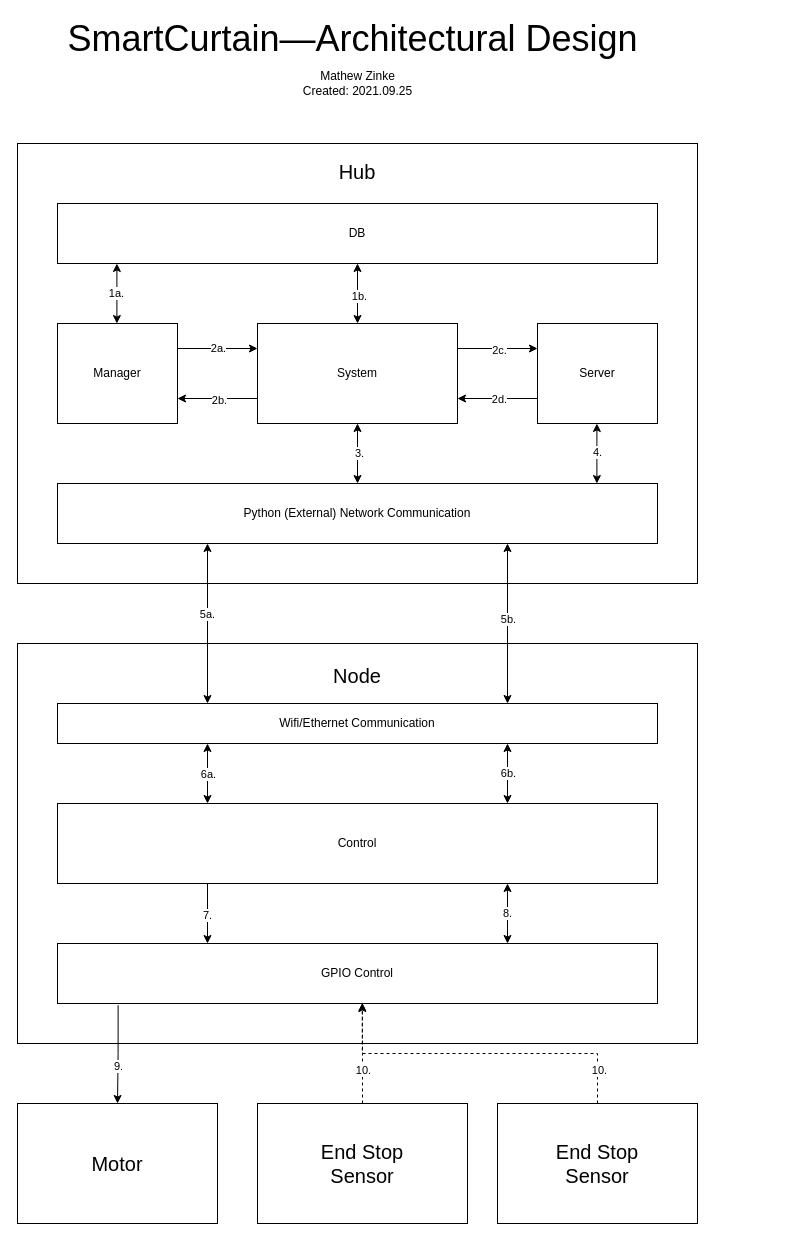
Before: Documentation/DrawIO/ADS.drawio in MPZinke/SmartCurtain, a draw.io diagram. Source tidied: cells renumbered, new cells numbered last; positions are measured from the earlier drawing's top-left corner, leaving out a move shared by most shapes. Both pictures are drawn from the tidied source at 100%, with x=0, y=0 at pixel (17, 23).
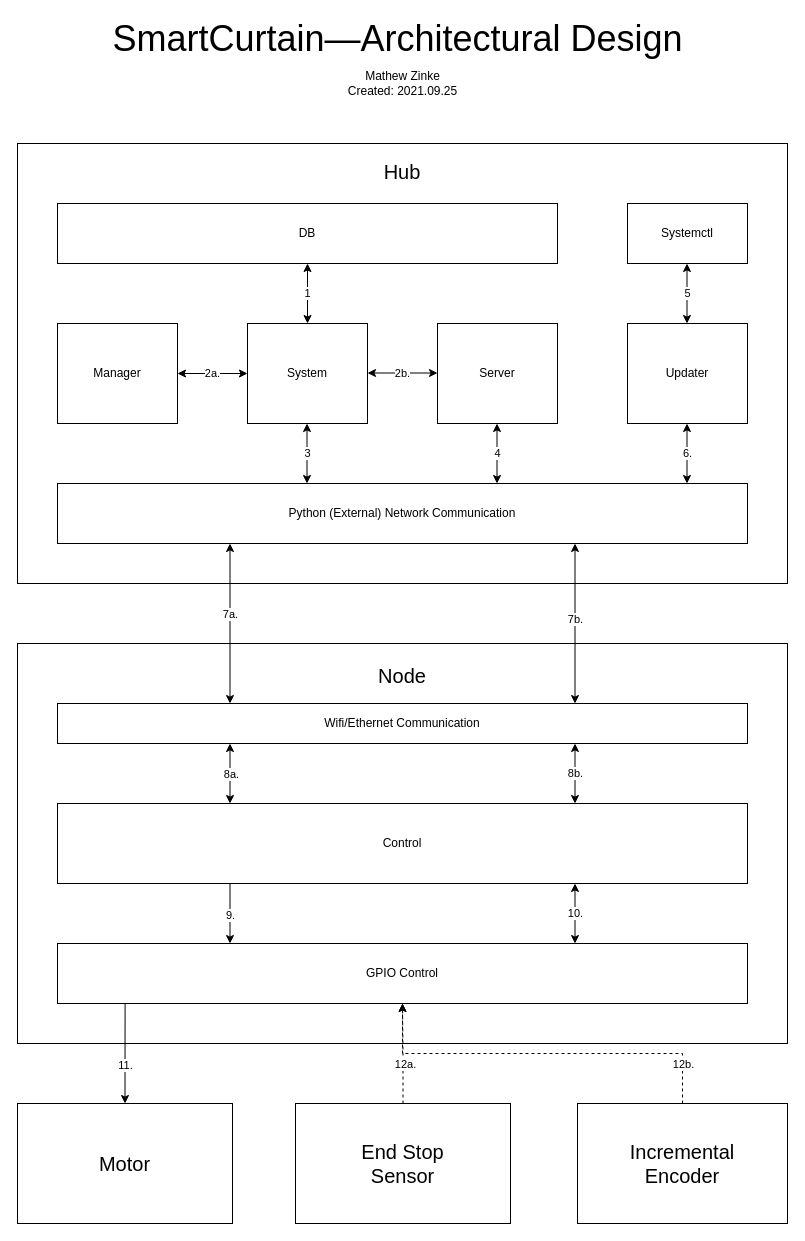
The same diagram, later.

The change refers to these unchanged cells:
```xml
<mxCell id="13" value="Manager" style="rounded=0;whiteSpace=wrap;html=1;" parent="1" vertex="1">
  <mxGeometry x="40" y="300" width="120" height="100" as="geometry" />
</mxCell>
<mxCell id="18" style="edgeStyle=orthogonalEdgeStyle;rounded=0;jettySize=auto;html=1;exitX=0.25;exitY=1;exitDx=0;exitDy=0;entryX=0.25;entryY=0;entryDx=0;entryDy=0;" parent="1" edge="1" source="20" target="21">
  <mxGeometry relative="1" as="geometry" />
</mxCell>
```

What changed in the source:
```diff
@@
     <mxCell id="2" value="&lt;font style=&quot;font-size: 20px&quot;&gt;Hub&lt;br&gt;&lt;br&gt;&lt;br&gt;&lt;br&gt;&lt;br&gt;&lt;br&gt;&lt;br&gt;&lt;br&gt;&lt;br&gt;&lt;br&gt;&lt;br&gt;&lt;br&gt;&lt;br&gt;&lt;br&gt;&lt;br&gt;&lt;br&gt;&lt;br&gt;&lt;/font&gt;" style="rounded=0;whiteSpace=wrap;html=1;" parent="1" vertex="1">
-      <mxGeometry y="120" width="680" height="440" as="geometry" />
+      <mxGeometry y="120" width="770" height="440" as="geometry" />
     </mxCell>
-    <mxCell id="3" style="edgeStyle=orthogonalEdgeStyle;rounded=0;jettySize=auto;html=1;exitX=0;exitY=0.75;exitDx=0;exitDy=0;entryX=1;entryY=0.75;entryDx=0;entryDy=0;" parent="1" edge="1" source="7" target="13">
-      <mxGeometry relative="1" as="geometry" />
-    </mxCell>
-    <mxCell id="4" value="2b." style="edgeLabel;html=1;align=center;verticalAlign=middle;" parent="3" vertex="1">
-      <mxGeometry x="-0.03" relative="1" as="geometry">
-        <mxPoint y="1" as="offset" />
-      </mxGeometry>
-    </mxCell>
-    <mxCell id="5" style="edgeStyle=orthogonalEdgeStyle;rounded=0;jettySize=auto;html=1;exitX=1;exitY=0.25;exitDx=0;exitDy=0;entryX=0;entryY=0.25;entryDx=0;entryDy=0;" parent="1" edge="1" source="7" target="10">
-      <mxGeometry relative="1" as="geometry" />
-    </mxCell>
-    <mxCell id="6" value="2c." style="edgeLabel;html=1;align=center;verticalAlign=middle;" parent="5" vertex="1">
-      <mxGeometry x="0.03" relative="1" as="geometry">
-        <mxPoint y="1" as="offset" />
-      </mxGeometry>
-    </mxCell>
     <mxCell id="7" value="System" style="rounded=0;whiteSpace=wrap;html=1;" parent="1" vertex="1">
-      <mxGeometry x="240" y="300" width="200" height="100" as="geometry" />
+      <mxGeometry x="230" y="300" width="120" height="100" as="geometry" />
     </mxCell>
-    <mxCell id="8" style="edgeStyle=orthogonalEdgeStyle;rounded=0;jettySize=auto;html=1;exitX=0;exitY=0.75;exitDx=0;exitDy=0;entryX=1;entryY=0.75;entryDx=0;entryDy=0;" parent="1" edge="1" source="10" target="7">
-      <mxGeometry relative="1" as="geometry" />
-    </mxCell>
-    <mxCell id="9" value="2d." style="edgeLabel;html=1;align=center;verticalAlign=middle;" parent="8" vertex="1">
-      <mxGeometry x="-0.03" relative="1" as="geometry" />
-    </mxCell>
     <mxCell id="10" value="Server" style="rounded=0;whiteSpace=wrap;html=1;" parent="1" vertex="1">
-      <mxGeometry x="520" y="300" width="120" height="100" as="geometry" />
+      <mxGeometry x="420" y="300" width="120" height="100" as="geometry" />
     </mxCell>
-    <mxCell id="11" style="edgeStyle=orthogonalEdgeStyle;rounded=0;jettySize=auto;html=1;exitX=1;exitY=0.25;exitDx=0;exitDy=0;entryX=0;entryY=0.25;entryDx=0;entryDy=0;" parent="1" edge="1" source="13" target="7">
-      <mxGeometry relative="1" as="geometry" />
-    </mxCell>
-    <mxCell id="12" value="2a." style="edgeLabel;html=1;align=center;verticalAlign=middle;" parent="11" vertex="1">
-      <mxGeometry x="0.01" y="1" relative="1" as="geometry" />
-    </mxCell>
@@
     <mxCell id="14" value="DB" style="rounded=0;whiteSpace=wrap;html=1;" parent="1" vertex="1">
-      <mxGeometry x="40" y="180" width="600" height="60" as="geometry" />
+      <mxGeometry x="40" y="180" width="500" height="60" as="geometry" />
     </mxCell>
     <mxCell id="15" value="Python (External) Network Communication" style="rounded=0;whiteSpace=wrap;html=1;" parent="1" vertex="1">
-      <mxGeometry x="40" y="460" width="600" height="60" as="geometry" />
+      <mxGeometry x="40" y="460" width="690" height="60" as="geometry" />
     </mxCell>
     <mxCell id="16" value="&lt;font style=&quot;font-size: 20px&quot;&gt;Node&lt;br&gt;&lt;br&gt;&lt;br&gt;&lt;br&gt;&lt;br&gt;&lt;br&gt;&lt;br&gt;&lt;br&gt;&lt;br&gt;&lt;br&gt;&lt;br&gt;&lt;br&gt;&lt;br&gt;&lt;br&gt;&lt;br&gt;&lt;/font&gt;" style="rounded=0;whiteSpace=wrap;html=1;" parent="1" vertex="1">
-      <mxGeometry y="620" width="680" height="400" as="geometry" />
+      <mxGeometry y="620" width="770" height="400" as="geometry" />
     </mxCell>
     <mxCell id="17" value="Wifi/Ethernet Communication" style="rounded=0;whiteSpace=wrap;html=1;" parent="1" vertex="1">
-      <mxGeometry x="40" y="680" width="600" height="40" as="geometry" />
+      <mxGeometry x="40" y="680" width="690" height="40" as="geometry" />
     </mxCell>
@@
-    <mxCell id="19" value="7." style="edgeLabel;html=1;align=center;verticalAlign=middle;" parent="18" vertex="1">
+    <mxCell id="19" value="9." style="edgeLabel;html=1;align=center;verticalAlign=middle;" parent="18" vertex="1">
       <mxGeometry x="0.02" relative="1" as="geometry" />
     </mxCell>
     <mxCell id="20" value="Control" style="rounded=0;whiteSpace=wrap;html=1;" parent="1" vertex="1">
-      <mxGeometry x="40" y="780" width="600" height="80" as="geometry" />
+      <mxGeometry x="40" y="780" width="690" height="80" as="geometry" />
     </mxCell>
     <mxCell id="21" value="GPIO Control" style="rounded=0;whiteSpace=wrap;html=1;" parent="1" vertex="1">
-      <mxGeometry x="40" y="920" width="600" height="60" as="geometry" />
+      <mxGeometry x="40" y="920" width="690" height="60" as="geometry" />
     </mxCell>
-    <mxCell id="22" style="edgeStyle=orthogonalEdgeStyle;rounded=0;jettySize=auto;html=1;exitX=0.101;exitY=1.028;exitDx=0;exitDy=0;exitPerimeter=0;" parent="1" edge="1" source="21">
+    <mxCell id="22" style="edgeStyle=orthogonalEdgeStyle;rounded=0;jettySize=auto;html=1;exitX=0.098;exitY=1.002;exitDx=0;exitDy=0;exitPerimeter=0;entryX=0.5;entryY=0;entryDx=0;entryDy=0;" parent="1" edge="1" source="21" target="24">
       <mxGeometry relative="1" as="geometry">
-        <mxPoint x="100" y="1080" as="targetPoint" />
+        <Array as="points">
+          <mxPoint x="108" y="982" />
+          <mxPoint x="107" y="982" />
+        </Array>
       </mxGeometry>
     </mxCell>
-    <mxCell id="23" value="9." style="edgeLabel;html=1;align=center;verticalAlign=middle;" parent="22" vertex="1">
+    <mxCell id="23" value="11." style="edgeLabel;html=1;align=center;verticalAlign=middle;" parent="22" vertex="1">
       <mxGeometry x="0.23" relative="1" as="geometry" />
     </mxCell>
     <mxCell id="24" value="&lt;font style=&quot;font-size: 20px&quot;&gt;Motor&lt;/font&gt;" style="rounded=0;whiteSpace=wrap;html=1;" parent="1" vertex="1">
-      <mxGeometry y="1080" width="200" height="120" as="geometry" />
+      <mxGeometry y="1080" width="215" height="120" as="geometry" />
     </mxCell>
-    <mxCell id="25" style="edgeStyle=orthogonalEdgeStyle;rounded=0;jettySize=auto;html=1;exitX=0.5;exitY=0;exitDx=0;exitDy=0;entryX=0.508;entryY=1;entryDx=0;entryDy=0;entryPerimeter=0;dashed=1;" parent="1" edge="1" source="27" target="21">
+    <mxCell id="25" style="edgeStyle=orthogonalEdgeStyle;rounded=0;jettySize=auto;html=1;exitX=0.5;exitY=0;exitDx=0;exitDy=0;entryX=0.5;entryY=1;entryDx=0;entryDy=0;dashed=1;" parent="1" edge="1" source="27" target="21">
       <mxGeometry relative="1" as="geometry" />
     </mxCell>
-    <mxCell id="26" value="10." style="edgeLabel;html=1;align=center;verticalAlign=middle;" parent="25" vertex="1">
-      <mxGeometry x="-0.33" relative="1" as="geometry" />
-    </mxCell>
+    <mxCell id="50" value="12a." style="edgeLabel;html=1;align=center;verticalAlign=middle;" parent="25" vertex="1">
+      <mxGeometry x="-0.2" y="-2" relative="1" as="geometry" />
+    </mxCell>
     <mxCell id="27" value="&lt;span style=&quot;font-size: 20px&quot;&gt;End Stop&lt;br&gt;Sensor&lt;br&gt;&lt;/span&gt;" style="rounded=0;whiteSpace=wrap;html=1;" parent="1" vertex="1">
-      <mxGeometry x="240" y="1080" width="210" height="120" as="geometry" />
+      <mxGeometry x="278" y="1080" width="215" height="120" as="geometry" />
     </mxCell>
-    <mxCell id="28" style="edgeStyle=orthogonalEdgeStyle;rounded=0;jettySize=auto;html=1;exitX=0.5;exitY=0;exitDx=0;exitDy=0;dashed=1;entryX=0.508;entryY=0.989;entryDx=0;entryDy=0;entryPerimeter=0;" parent="1" edge="1" source="30" target="21">
+    <mxCell id="28" style="edgeStyle=orthogonalEdgeStyle;rounded=0;jettySize=auto;html=1;exitX=0.5;exitY=0;exitDx=0;exitDy=0;dashed=1;" parent="1" edge="1" source="30" target="21">
       <mxGeometry relative="1" as="geometry" />
     </mxCell>
-    <mxCell id="29" value="10." style="edgeLabel;html=1;align=center;verticalAlign=middle;" parent="28" vertex="1">
-      <mxGeometry x="-0.8" y="-1" relative="1" as="geometry" />
-    </mxCell>
+    <mxCell id="51" value="12b." style="edgeLabel;html=1;align=center;verticalAlign=middle;" parent="28" vertex="1">
+      <mxGeometry x="-0.79" relative="1" as="geometry" />
+    </mxCell>
-    <mxCell id="30" value="&lt;span style=&quot;font-size: 20px&quot;&gt;End Stop&lt;br&gt;Sensor&lt;br&gt;&lt;/span&gt;" style="rounded=0;whiteSpace=wrap;html=1;" parent="1" vertex="1">
-      <mxGeometry x="480" y="1080" width="200" height="120" as="geometry" />
+    <mxCell id="30" value="&lt;span style=&quot;font-size: 20px&quot;&gt;Incremental &lt;br&gt;Encoder&lt;br&gt;&lt;/span&gt;" style="rounded=0;whiteSpace=wrap;html=1;" parent="1" vertex="1">
+      <mxGeometry x="560" y="1080" width="210" height="120" as="geometry" />
     </mxCell>
-    <mxCell id="31" style="endArrow=classic;startArrow=classic;html=1;exitX=0.5;exitY=1;exitDx=0;exitDy=0;entryX=0.5;entryY=0;entryDx=0;entryDy=0;" parent="1" edge="1" source="7" target="15">
-      <mxGeometry relative="1" as="geometry" />
-    </mxCell>
-    <mxCell id="32" value="3." style="edgeLabel;html=1;align=center;verticalAlign=middle;" parent="31" vertex="1">
-      <mxGeometry x="-0.04" y="1" relative="1" as="geometry" />
-    </mxCell>
-    <mxCell id="33" style="endArrow=classic;startArrow=classic;html=1;exitX=0.5;exitY=1;exitDx=0;exitDy=0;entryX=0.5;entryY=0;entryDx=0;entryDy=0;" parent="1" edge="1" source="14" target="7">
-      <mxGeometry relative="1" as="geometry" />
-    </mxCell>
-    <mxCell id="34" value="1b." style="edgeLabel;html=1;align=center;verticalAlign=middle;" parent="33" vertex="1">
-      <mxGeometry x="0.07" y="1" relative="1" as="geometry" />
-    </mxCell>
-    <mxCell id="35" style="endArrow=classic;startArrow=classic;html=1;exitX=0.5;exitY=1;exitDx=0;exitDy=0;entryX=0.5;entryY=0;entryDx=0;entryDy=0;" parent="1" edge="1">
-      <mxGeometry relative="1" as="geometry">
-        <mxPoint x="99.4" y="240" as="sourcePoint" />
-        <mxPoint x="99.4" y="300" as="targetPoint" />
-      </mxGeometry>
-    </mxCell>
-    <mxCell id="36" value="1a." style="edgeLabel;html=1;align=center;verticalAlign=middle;" parent="35" vertex="1">
-      <mxGeometry x="-0.04" y="-1" relative="1" as="geometry" />
-    </mxCell>
-    <mxCell id="37" style="endArrow=classic;startArrow=classic;html=1;exitX=0.5;exitY=1;exitDx=0;exitDy=0;entryX=0.5;entryY=0;entryDx=0;entryDy=0;" parent="1" edge="1">
-      <mxGeometry relative="1" as="geometry">
-        <mxPoint x="579.4" y="400" as="sourcePoint" />
-        <mxPoint x="579.4" y="460" as="targetPoint" />
-      </mxGeometry>
-    </mxCell>
-    <mxCell id="38" value="4." style="edgeLabel;html=1;align=center;verticalAlign=middle;" parent="37" vertex="1">
-      <mxGeometry x="-0.07" relative="1" as="geometry" />
-    </mxCell>
-    <mxCell id="39" style="endArrow=classic;startArrow=classic;html=1;exitX=0.75;exitY=0;exitDx=0;exitDy=0;" parent="1" edge="1" source="17">
-      <mxGeometry relative="1" as="geometry">
-        <mxPoint x="490" y="520" as="targetPoint" />
-      </mxGeometry>
+    <mxCell id="39" style="endArrow=classic;startArrow=classic;html=1;exitX=0.75;exitY=0;exitDx=0;exitDy=0;entryX=0.75;entryY=1;entryDx=0;entryDy=0;" parent="1" edge="1" source="17" target="15">
+      <mxGeometry relative="1" as="geometry" />
     </mxCell>
-    <mxCell id="40" value="5b." style="edgeLabel;html=1;align=center;verticalAlign=middle;" parent="39" vertex="1">
+    <mxCell id="40" value="7b." style="edgeLabel;html=1;align=center;verticalAlign=middle;" parent="39" vertex="1">
       <mxGeometry x="0.06" relative="1" as="geometry" />
     </mxCell>
-    <mxCell id="41" style="endArrow=classic;startArrow=classic;html=1;exitX=0.25;exitY=0;exitDx=0;exitDy=0;" parent="1" edge="1" source="17">
-      <mxGeometry relative="1" as="geometry">
-        <mxPoint x="190" y="520" as="targetPoint" />
-      </mxGeometry>
+    <mxCell id="41" style="endArrow=classic;startArrow=classic;html=1;exitX=0.25;exitY=0;exitDx=0;exitDy=0;entryX=0.25;entryY=1;entryDx=0;entryDy=0;" parent="1" edge="1" source="17" target="15">
+      <mxGeometry relative="1" as="geometry" />
     </mxCell>
-    <mxCell id="42" value="5a." style="edgeLabel;html=1;align=center;verticalAlign=middle;" parent="41" vertex="1">
+    <mxCell id="42" value="7a." style="edgeLabel;html=1;align=center;verticalAlign=middle;" parent="41" vertex="1">
       <mxGeometry x="0.12" relative="1" as="geometry" />
     </mxCell>
-    <mxCell id="43" style="endArrow=classic;startArrow=classic;html=1;entryX=0.25;entryY=1;entryDx=0;entryDy=0;" parent="1" edge="1" target="17">
-      <mxGeometry relative="1" as="geometry">
-        <mxPoint x="190" y="780" as="sourcePoint" />
-      </mxGeometry>
+    <mxCell id="43" style="endArrow=classic;startArrow=classic;html=1;entryX=0.25;entryY=1;entryDx=0;entryDy=0;exitX=0.25;exitY=0;exitDx=0;exitDy=0;" parent="1" edge="1" source="20" target="17">
+      <mxGeometry relative="1" as="geometry" />
     </mxCell>
-    <mxCell id="44" value="6a." style="edgeLabel;html=1;align=center;verticalAlign=middle;" parent="43" vertex="1">
+    <mxCell id="44" value="8a." style="edgeLabel;html=1;align=center;verticalAlign=middle;" parent="43" vertex="1">
       <mxGeometry x="0.01" y="-1" relative="1" as="geometry" />
     </mxCell>
-    <mxCell id="45" style="endArrow=classic;startArrow=classic;html=1;entryX=0.25;entryY=1;entryDx=0;entryDy=0;" parent="1" edge="1">
-      <mxGeometry relative="1" as="geometry">
-        <mxPoint x="490" y="780" as="sourcePoint" />
-        <mxPoint x="490" y="720" as="targetPoint" />
-      </mxGeometry>
+    <mxCell id="45" style="endArrow=classic;startArrow=classic;html=1;entryX=0.75;entryY=1;entryDx=0;entryDy=0;exitX=0.75;exitY=0;exitDx=0;exitDy=0;" parent="1" edge="1" source="20" target="17">
+      <mxGeometry relative="1" as="geometry" />
     </mxCell>
-    <mxCell id="46" value="6b." style="edgeLabel;html=1;align=center;verticalAlign=middle;" parent="45" vertex="1">
+    <mxCell id="46" value="8b." style="edgeLabel;html=1;align=center;verticalAlign=middle;" parent="45" vertex="1">
       <mxGeometry x="0.04" relative="1" as="geometry" />
     </mxCell>
-    <mxCell id="47" value="8." style="endArrow=classic;startArrow=classic;html=1;entryX=0.75;entryY=1;entryDx=0;entryDy=0;exitX=0.75;exitY=0;exitDx=0;exitDy=0;" parent="1" edge="1" source="21" target="20">
+    <mxCell id="47" value="10." style="endArrow=classic;startArrow=classic;html=1;entryX=0.75;entryY=1;entryDx=0;entryDy=0;exitX=0.75;exitY=0;exitDx=0;exitDy=0;" parent="1" edge="1" source="21" target="20">
       <mxGeometry relative="1" as="geometry" />
     </mxCell>
     <mxCell id="48" value="&lt;font style=&quot;font-size: 36px&quot;&gt;SmartCurtain—Architectural Design&amp;nbsp;&lt;/font&gt;" style="text;html=1;align=center;verticalAlign=middle;strokeColor=none;fillColor=none;" parent="1" vertex="1">
-      <mxGeometry x="40" width="600" height="30" as="geometry" />
+      <mxGeometry x="85" width="600" height="30" as="geometry" />
     </mxCell>
     <mxCell id="49" value="Mathew Zinke&lt;br&gt;Created: 2021.09.25" style="text;html=1;align=center;verticalAlign=middle;strokeColor=none;fillColor=none;" parent="1" vertex="1">
-      <mxGeometry x="280" y="45" width="120" height="30" as="geometry" />
+      <mxGeometry x="325" y="45" width="120" height="30" as="geometry" />
     </mxCell>
+    <mxCell id="52" value="Updater" style="rounded=0;whiteSpace=wrap;html=1;" parent="1" vertex="1">
+      <mxGeometry x="610" y="300" width="120" height="100" as="geometry" />
+    </mxCell>
+    <mxCell id="53" value="Systemctl" style="rounded=0;whiteSpace=wrap;html=1;" parent="1" vertex="1">
+      <mxGeometry x="610" y="180" width="120" height="60" as="geometry" />
+    </mxCell>
+    <mxCell id="54" value="1" style="endArrow=classic;startArrow=classic;html=1;rounded=0;entryX=0.5;entryY=1;entryDx=0;entryDy=0;exitX=0.5;exitY=0;exitDx=0;exitDy=0;" parent="1" edge="1" source="7" target="14">
+      <mxGeometry relative="1" as="geometry" />
+    </mxCell>
+    <mxCell id="55" value="3" style="endArrow=classic;startArrow=classic;html=1;rounded=0;entryX=0.5;entryY=1;entryDx=0;entryDy=0;exitX=0.5;exitY=0;exitDx=0;exitDy=0;" parent="1" edge="1">
+      <mxGeometry relative="1" as="geometry">
+        <mxPoint x="289.5" y="460" as="sourcePoint" />
+        <mxPoint x="289.5" y="400" as="targetPoint" />
+      </mxGeometry>
+    </mxCell>
+    <mxCell id="56" value="4" style="endArrow=classic;startArrow=classic;html=1;rounded=0;entryX=0.5;entryY=1;entryDx=0;entryDy=0;exitX=0.5;exitY=0;exitDx=0;exitDy=0;" parent="1" edge="1">
+      <mxGeometry relative="1" as="geometry">
+        <mxPoint x="479.5" y="460" as="sourcePoint" />
+        <mxPoint x="479.5" y="400" as="targetPoint" />
+      </mxGeometry>
+    </mxCell>
+    <mxCell id="12" value="2a." style="endArrow=classic;startArrow=classic;html=1;rounded=0;entryX=0;entryY=0.5;entryDx=0;entryDy=0;exitX=1;exitY=0.5;exitDx=0;exitDy=0;" parent="1" edge="1" source="13" target="7">
+      <mxGeometry relative="1" as="geometry" />
+    </mxCell>
+    <mxCell id="4" value="2b." style="endArrow=classic;startArrow=classic;html=1;rounded=0;entryX=0;entryY=0.5;entryDx=0;entryDy=0;exitX=1;exitY=0.5;exitDx=0;exitDy=0;" parent="1" edge="1">
+      <mxGeometry relative="1" as="geometry">
+        <mxPoint x="350" y="349.5" as="sourcePoint" />
+        <mxPoint x="420" y="349.5" as="targetPoint" />
+      </mxGeometry>
+    </mxCell>
+    <mxCell id="57" value="5" style="endArrow=classic;startArrow=classic;html=1;rounded=0;entryX=0.5;entryY=1;entryDx=0;entryDy=0;exitX=0.5;exitY=0;exitDx=0;exitDy=0;" parent="1" edge="1">
+      <mxGeometry relative="1" as="geometry">
+        <mxPoint x="669.5" y="300" as="sourcePoint" />
+        <mxPoint x="669.5" y="240" as="targetPoint" />
+      </mxGeometry>
+    </mxCell>
+    <mxCell id="58" value="6." style="endArrow=classic;startArrow=classic;html=1;rounded=0;entryX=0.5;entryY=1;entryDx=0;entryDy=0;exitX=0.5;exitY=0;exitDx=0;exitDy=0;" parent="1" edge="1">
+      <mxGeometry relative="1" as="geometry">
+        <mxPoint x="669.5" y="460" as="sourcePoint" />
+        <mxPoint x="669.5" y="400" as="targetPoint" />
+      </mxGeometry>
+    </mxCell>
```
